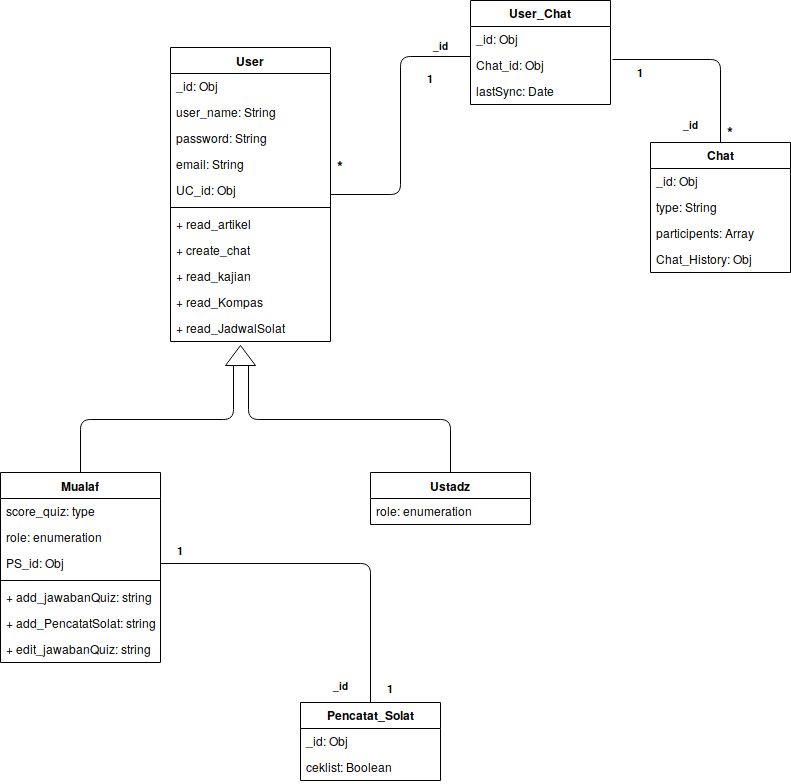
zevaherutomo14/GitYumna keeps this draw.io diagram as Dokumentasi YUMNA/Class Diagram(1).png. Above is the earlier version. Source tidied: cells renumbered, new cells last; positions are measured from the earlier drawing's top-left corner, leaving out a move shared by most shapes.
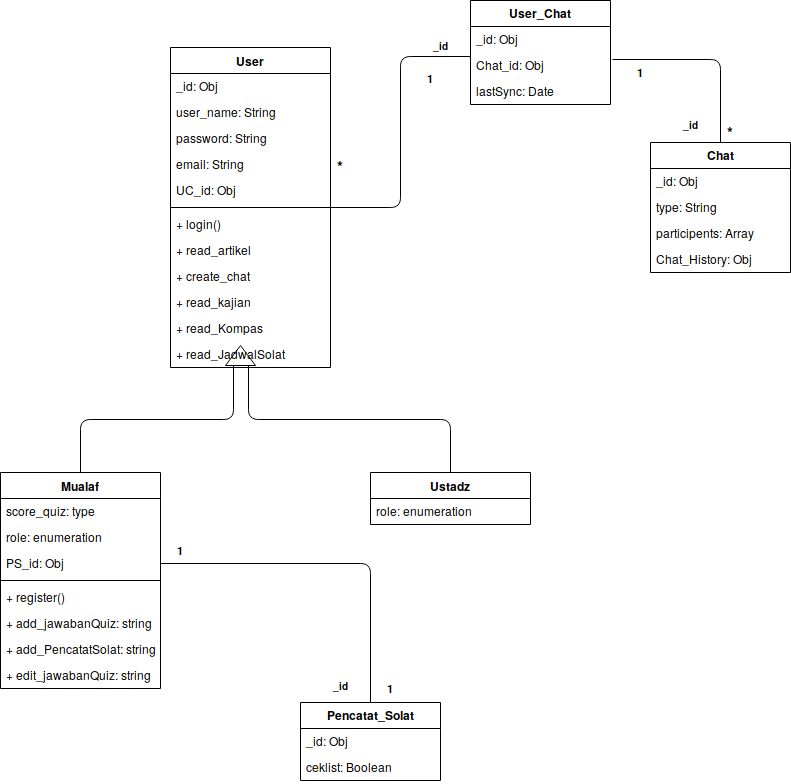
Later version of the same file.

Commit message:
Class Diagram V1.04

Diff of the diagram source:
```diff
@@ -12,7 +12,7 @@
       <mxGeometry relative="1" as="geometry" />
     </mxCell>
     <mxCell id="5" value="Mualaf" style="swimlane;fontStyle=1;align=center;verticalAlign=top;horizontal=1;startSize=26;" parent="1" vertex="1">
-      <mxGeometry y="472" width="160" height="190" as="geometry" />
+      <mxGeometry y="472" width="160" height="216" as="geometry" />
     </mxCell>
     <mxCell id="6" value="score_quiz: type" style="text;strokeColor=none;fillColor=none;align=left;verticalAlign=top;spacingLeft=4;spacingRight=4;overflow=hidden;" parent="5" vertex="1">
       <mxGeometry y="26" width="160" height="26" as="geometry" />
@@ -26,14 +26,17 @@
     <mxCell id="9" style="line;strokeWidth=1;fillColor=none;align=left;verticalAlign=middle;spacingTop=-1;spacingLeft=3;spacingRight=3;labelPosition=right;" parent="5" vertex="1">
       <mxGeometry y="104" width="160" height="8" as="geometry" />
     </mxCell>
+    <mxCell id="51" value="+ register()" style="text;strokeColor=none;fillColor=none;align=left;verticalAlign=top;spacingLeft=4;spacingRight=4;overflow=hidden;" parent="5" vertex="1">
+      <mxGeometry y="112" width="160" height="26" as="geometry" />
+    </mxCell>
     <mxCell id="10" value="+ add_jawabanQuiz: string" style="text;strokeColor=none;fillColor=none;align=left;verticalAlign=top;spacingLeft=4;spacingRight=4;overflow=hidden;" parent="5" vertex="1">
-      <mxGeometry y="112" width="160" height="26" as="geometry" />
+      <mxGeometry y="138" width="160" height="26" as="geometry" />
     </mxCell>
     <mxCell id="11" value="+ add_PencatatSolat: string" style="text;strokeColor=none;fillColor=none;align=left;verticalAlign=top;spacingLeft=4;spacingRight=4;overflow=hidden;" parent="5" vertex="1">
-      <mxGeometry y="138" width="160" height="26" as="geometry" />
+      <mxGeometry y="164" width="160" height="26" as="geometry" />
     </mxCell>
     <mxCell id="12" value="+ edit_jawabanQuiz: string" style="text;strokeColor=none;fillColor=none;align=left;verticalAlign=top;spacingLeft=4;spacingRight=4;overflow=hidden;" parent="5" vertex="1">
-      <mxGeometry y="164" width="160" height="26" as="geometry" />
+      <mxGeometry y="190" width="160" height="26" as="geometry" />
     </mxCell>
     <mxCell id="13" value="Ustadz" style="swimlane;fontStyle=1;align=center;verticalAlign=top;horizontal=1;startSize=26;" parent="1" vertex="1">
       <mxGeometry x="370" y="472" width="160" height="52" as="geometry" />
@@ -69,7 +72,7 @@
       <mxGeometry y="78" width="140" height="26" as="geometry" />
     </mxCell>
     <mxCell id="24" value="User" style="swimlane;fontStyle=1;align=center;verticalAlign=top;horizontal=1;startSize=26;" parent="1" vertex="1">
-      <mxGeometry x="170" y="47" width="160" height="294" as="geometry" />
+      <mxGeometry x="170" y="47" width="160" height="320" as="geometry" />
     </mxCell>
     <mxCell id="25" value="_id: Obj" style="text;strokeColor=none;fillColor=none;align=left;verticalAlign=top;spacingLeft=4;spacingRight=4;overflow=hidden;" parent="24" vertex="1">
       <mxGeometry y="26" width="160" height="26" as="geometry" />
@@ -89,20 +92,23 @@
     <mxCell id="30" style="line;strokeWidth=1;fillColor=none;align=left;verticalAlign=middle;spacingTop=-1;spacingLeft=3;spacingRight=3;labelPosition=right;" parent="24" vertex="1">
       <mxGeometry y="156" width="160" height="8" as="geometry" />
     </mxCell>
+    <mxCell id="52" value="+ login()" style="text;strokeColor=none;fillColor=none;align=left;verticalAlign=top;spacingLeft=4;spacingRight=4;overflow=hidden;" parent="24" vertex="1">
+      <mxGeometry y="164" width="160" height="26" as="geometry" />
+    </mxCell>
     <mxCell id="31" value="+ read_artikel" style="text;strokeColor=none;fillColor=none;align=left;verticalAlign=top;spacingLeft=4;spacingRight=4;overflow=hidden;" parent="24" vertex="1">
-      <mxGeometry y="164" width="160" height="26" as="geometry" />
+      <mxGeometry y="190" width="160" height="26" as="geometry" />
     </mxCell>
     <mxCell id="32" value="+ create_chat" style="text;strokeColor=none;fillColor=none;align=left;verticalAlign=top;spacingLeft=4;spacingRight=4;overflow=hidden;" parent="24" vertex="1">
-      <mxGeometry y="190" width="160" height="26" as="geometry" />
+      <mxGeometry y="216" width="160" height="26" as="geometry" />
     </mxCell>
     <mxCell id="33" value="+ read_kajian" style="text;strokeColor=none;fillColor=none;align=left;verticalAlign=top;spacingLeft=4;spacingRight=4;overflow=hidden;" parent="24" vertex="1">
-      <mxGeometry y="216" width="160" height="26" as="geometry" />
+      <mxGeometry y="242" width="160" height="26" as="geometry" />
     </mxCell>
     <mxCell id="34" value="+ read_Kompas" style="text;strokeColor=none;fillColor=none;align=left;verticalAlign=top;spacingLeft=4;spacingRight=4;overflow=hidden;" parent="24" vertex="1">
-      <mxGeometry y="242" width="160" height="26" as="geometry" />
+      <mxGeometry y="268" width="160" height="26" as="geometry" />
     </mxCell>
     <mxCell id="35" value="+ read_JadwalSolat" style="text;strokeColor=none;fillColor=none;align=left;verticalAlign=top;spacingLeft=4;spacingRight=4;overflow=hidden;" parent="24" vertex="1">
-      <mxGeometry y="268" width="160" height="26" as="geometry" />
+      <mxGeometry y="294" width="160" height="26" as="geometry" />
     </mxCell>
     <mxCell id="36" style="endArrow=none;html=1;entryX=0;entryY=0.154;entryDx=0;entryDy=0;entryPerimeter=0;edgeStyle=elbowEdgeStyle;exitX=1;exitY=0.5;exitDx=0;exitDy=0;" parent="1" edge="1" source="24" target="22">
       <mxGeometry relative="1" as="geometry" />
```
